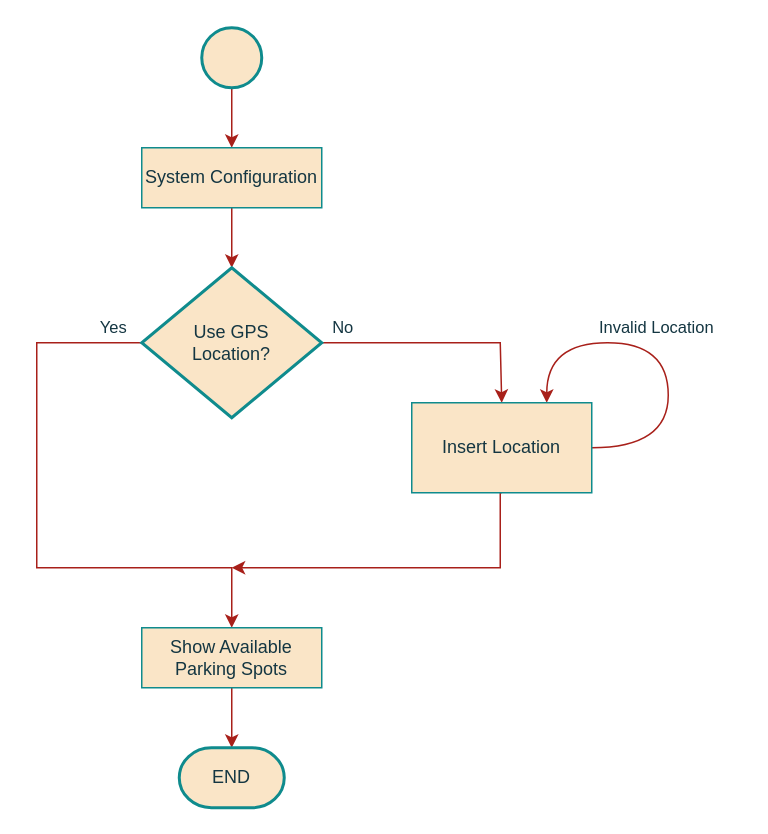
This is page "WebSite_StateChart" (4 of 6) of project/report/flowcharts/RemoteSystem.drawio from ESRGgroup9/slipad, a draw.io file, before an edit. Source tidied: cells renumbered, new cells numbered last; positions are measured from the earlier drawing's top-left corner, leaving out a move shared by most shapes. Both pictures are drawn from the tidied source at 150%, with x=0, y=0 at pixel (36, 27).
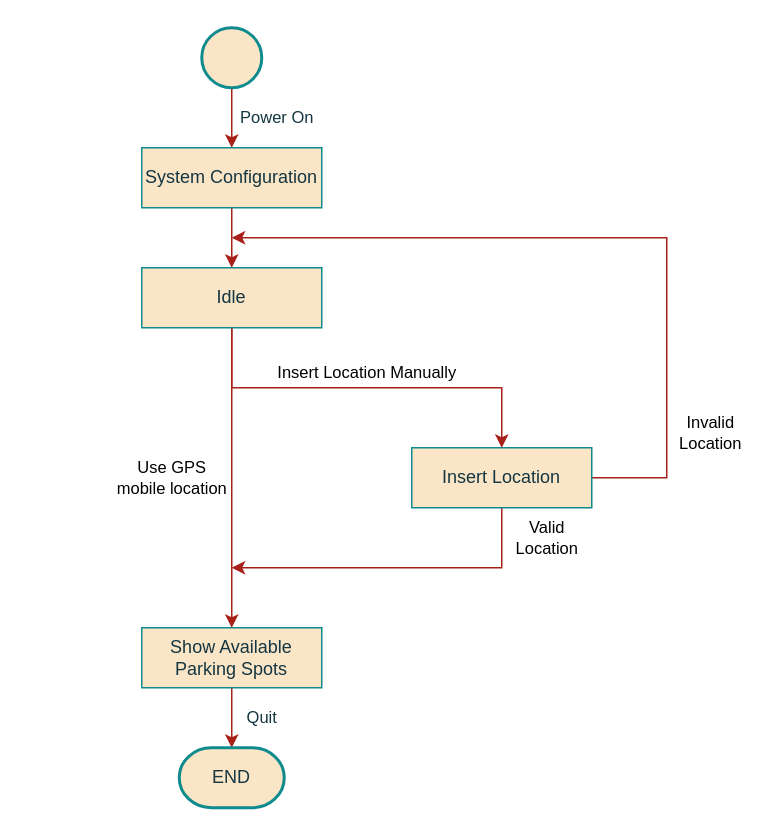
Above is the later version.

Commit message:
Update RemoteSystem.drawio - Web Site State Chart

Unchanged cells that the change refers to:
```xml
<mxCell id="3" style="strokeWidth=2;html=1;shape=mxgraph.flowchart.start_2;whiteSpace=wrap;align=center;verticalAlign=top;fillColor=#FAE5C7;strokeColor=#0F8B8D;fontColor=#143642;" parent="1" vertex="1">
  <mxGeometry x="110" width="40" height="40" as="geometry" />
</mxCell>
<mxCell id="11" value="END" style="strokeWidth=2;html=1;shape=mxgraph.flowchart.terminator;whiteSpace=wrap;fillColor=#FAE5C7;align=center;verticalAlign=middle;strokeColor=#0F8B8D;fontColor=#143642;" parent="1" vertex="1">
  <mxGeometry x="95" y="480" width="70" height="40" as="geometry" />
</mxCell>
<mxCell id="12" value="System Configuration" style="rounded=0;whiteSpace=wrap;html=1;sketch=0;fontColor=#143642;strokeColor=#0F8B8D;fillColor=#FAE5C7;" parent="1" vertex="1">
  <mxGeometry x="70" y="80" width="120" height="40" as="geometry" />
</mxCell>
<mxCell id="14" value="&lt;div&gt;Show Available &lt;br&gt;&lt;/div&gt;&lt;div&gt;Parking Spots&lt;/div&gt;" style="rounded=0;whiteSpace=wrap;html=1;sketch=0;fontColor=#143642;strokeColor=#0F8B8D;fillColor=#FAE5C7;" parent="1" vertex="1">
  <mxGeometry x="70" y="400" width="120" height="40" as="geometry" />
</mxCell>
```

Change to the diagram source:
```diff
@@
-    <mxCell id="2" style="edgeStyle=orthogonalEdgeStyle;rounded=0;jettySize=auto;html=1;entryX=0.5;entryY=0;entryDx=0;entryDy=0;strokeWidth=1;labelBackgroundColor=#DAD2D8;strokeColor=#A8201A;fontColor=#143642;" parent="1" edge="1" source="3" target="12">
-      <mxGeometry relative="1" as="geometry" />
+    <mxCell id="2" value="Power On" style="edgeStyle=orthogonalEdgeStyle;rounded=0;jettySize=auto;html=1;entryX=0.5;entryY=0;entryDx=0;entryDy=0;strokeWidth=1;labelBackgroundColor=none;strokeColor=#A8201A;fontColor=#143642;" parent="1" edge="1" source="3" target="12">
+      <mxGeometry y="30" relative="1" as="geometry" />
     </mxCell>
@@
-    <mxCell id="4" style="edgeStyle=orthogonalEdgeStyle;rounded=0;jettySize=auto;html=1;entryX=0.5;entryY=0;entryDx=0;entryDy=0;entryPerimeter=0;strokeWidth=1;verticalAlign=middle;labelBackgroundColor=#DAD2D8;strokeColor=#A8201A;fontColor=#143642;exitX=0.5;exitY=1;exitDx=0;exitDy=0;" parent="1" edge="1" source="12" target="7">
-      <mxGeometry relative="1" as="geometry" />
-    </mxCell>
-    <mxCell id="5" value="Yes" style="edgeStyle=orthogonalEdgeStyle;rounded=0;jettySize=auto;html=1;strokeWidth=1;verticalAlign=middle;labelBackgroundColor=none;strokeColor=#A8201A;fontColor=#143642;entryX=0.5;entryY=0;entryDx=0;entryDy=0;" parent="1" edge="1" source="7" target="14">
-      <mxGeometry x="-0.9" y="-10" relative="1" as="geometry">
-        <Array as="points">
-          <mxPoint y="210" />
-          <mxPoint y="360" />
-          <mxPoint x="130" y="360" />
-        </Array>
-      </mxGeometry>
-    </mxCell>
-    <mxCell id="6" value="No" style="edgeStyle=orthogonalEdgeStyle;rounded=0;jettySize=auto;html=1;strokeWidth=1;verticalAlign=middle;entryX=0.5;entryY=0;entryDx=0;entryDy=0;exitX=1;exitY=0.5;exitDx=0;exitDy=0;exitPerimeter=0;labelBackgroundColor=none;strokeColor=#A8201A;fontColor=#143642;" parent="1" edge="1" source="7" target="13">
-      <mxGeometry x="-0.83" y="10" relative="1" as="geometry">
-        <Array as="points">
-          <mxPoint x="309" y="210" />
-        </Array>
-      </mxGeometry>
-    </mxCell>
-    <mxCell id="7" value="&lt;div&gt;Use GPS &lt;br&gt;&lt;/div&gt;&lt;div&gt;Location?&lt;/div&gt;" style="strokeWidth=2;html=1;shape=mxgraph.flowchart.decision;whiteSpace=wrap;fillColor=#FAE5C7;align=center;verticalAlign=middle;strokeColor=#0F8B8D;fontColor=#143642;" parent="1" vertex="1">
-      <mxGeometry x="70" y="160" width="120" height="100" as="geometry" />
-    </mxCell>
-    <mxCell id="8" style="edgeStyle=orthogonalEdgeStyle;rounded=0;jettySize=auto;html=1;strokeWidth=1;verticalAlign=middle;labelBackgroundColor=#DAD2D8;strokeColor=#A8201A;fontColor=#143642;exitX=0.5;exitY=1;exitDx=0;exitDy=0;" parent="1" edge="1" source="13">
-      <mxGeometry relative="1" as="geometry">
-        <mxPoint x="130" y="360" as="targetPoint" />
-        <Array as="points">
-          <mxPoint x="309" y="310" />
-          <mxPoint x="309" y="360" />
-        </Array>
-      </mxGeometry>
-    </mxCell>
-    <mxCell id="9" value="Invalid Location" style="edgeStyle=orthogonalEdgeStyle;rounded=0;orthogonalLoop=1;jettySize=auto;exitX=1;exitY=0.5;exitDx=0;exitDy=0;strokeWidth=1;curved=1;entryX=0.75;entryY=0;entryDx=0;entryDy=0;html=1;labelBackgroundColor=none;strokeColor=#A8201A;fontColor=#143642;" parent="1" edge="1" source="13" target="13">
-      <mxGeometry x="0.07" y="-10" relative="1" as="geometry">
+    <mxCell id="9" value="&lt;div&gt;Invalid &lt;br&gt;&lt;/div&gt;&lt;div&gt;Location&lt;/div&gt;" style="edgeStyle=orthogonalEdgeStyle;rounded=0;jettySize=auto;exitX=1;exitY=0.5;exitDx=0;exitDy=0;strokeWidth=1;html=1;labelBackgroundColor=none;strokeColor=#A8201A;fontColor=#000000;" parent="1" edge="1" source="13">
+      <mxGeometry x="-0.68" y="-29" relative="1" as="geometry">
+        <mxPoint x="130" y="140" as="targetPoint" />
         <Array as="points">
-          <mxPoint x="421" y="280" />
-          <mxPoint x="421" y="210" />
-          <mxPoint x="340" y="210" />
+          <mxPoint x="420" y="300" />
+          <mxPoint x="420" y="140" />
         </Array>
       </mxGeometry>
     </mxCell>
-    <mxCell id="10" style="edgeStyle=orthogonalEdgeStyle;rounded=0;jettySize=auto;html=1;entryX=0.5;entryY=0;entryDx=0;entryDy=0;entryPerimeter=0;strokeWidth=1;verticalAlign=middle;labelBackgroundColor=#DAD2D8;strokeColor=#A8201A;fontColor=#143642;exitX=0.5;exitY=1;exitDx=0;exitDy=0;" parent="1" edge="1" source="14" target="11">
-      <mxGeometry relative="1" as="geometry" />
+    <mxCell id="10" value="&lt;div&gt;Quit&lt;/div&gt;" style="edgeStyle=orthogonalEdgeStyle;rounded=0;jettySize=auto;html=1;entryX=0.5;entryY=0;entryDx=0;entryDy=0;entryPerimeter=0;strokeWidth=1;verticalAlign=middle;labelBackgroundColor=none;strokeColor=#A8201A;fontColor=#143642;exitX=0.5;exitY=1;exitDx=0;exitDy=0;" parent="1" edge="1" source="14" target="11">
+      <mxGeometry y="20" relative="1" as="geometry" />
     </mxCell>
@@
+    <mxCell id="15" style="edgeStyle=orthogonalEdgeStyle;rounded=0;jettySize=auto;html=1;exitX=0.5;exitY=1;exitDx=0;exitDy=0;entryX=0.5;entryY=0;entryDx=0;entryDy=0;strokeColor=#A8201A;" parent="1" edge="1" source="12" target="19">
+      <mxGeometry relative="1" as="geometry" />
+    </mxCell>
@@
+    <mxCell id="16" value="&lt;div&gt;Valid &lt;br&gt;&lt;/div&gt;&lt;div&gt;Location&lt;/div&gt;" style="edgeStyle=orthogonalEdgeStyle;rounded=0;jettySize=auto;html=1;strokeColor=#A8201A;labelBackgroundColor=none;" parent="1" edge="1" source="13">
+      <mxGeometry x="-0.82" y="30" relative="1" as="geometry">
+        <mxPoint x="130" y="360" as="targetPoint" />
+        <Array as="points">
+          <mxPoint x="310" y="360" />
+          <mxPoint x="130" y="360" />
+        </Array>
+      </mxGeometry>
+    </mxCell>
     <mxCell id="13" value="Insert Location" style="rounded=0;whiteSpace=wrap;html=1;sketch=0;fontColor=#143642;strokeColor=#0F8B8D;fillColor=#FAE5C7;" parent="1" vertex="1">
-      <mxGeometry x="250" y="250" width="120" height="60" as="geometry" />
+      <mxGeometry x="250" y="280" width="120" height="40" as="geometry" />
     </mxCell>
@@
+    <mxCell id="17" value="&lt;div&gt;Use GPS &lt;br&gt;&lt;/div&gt;&lt;div&gt;mobile location&lt;/div&gt;" style="edgeStyle=orthogonalEdgeStyle;rounded=0;jettySize=auto;html=1;entryX=0.5;entryY=0;entryDx=0;entryDy=0;strokeColor=#A8201A;" parent="1" edge="1" source="19" target="14">
+      <mxGeometry y="-40" relative="1" as="geometry" />
+    </mxCell>
+    <mxCell id="18" value="&lt;div&gt;Insert Location Manually&lt;/div&gt;" style="edgeStyle=orthogonalEdgeStyle;rounded=0;jettySize=auto;html=1;entryX=0.5;entryY=0;entryDx=0;entryDy=0;strokeColor=#A8201A;" parent="1" edge="1" source="19" target="13">
+      <mxGeometry y="10" relative="1" as="geometry">
+        <Array as="points">
+          <mxPoint x="130" y="240" />
+          <mxPoint x="310" y="240" />
+        </Array>
+      </mxGeometry>
+    </mxCell>
+    <mxCell id="19" value="Idle" style="rounded=0;whiteSpace=wrap;html=1;sketch=0;fontColor=#143642;strokeColor=#0F8B8D;fillColor=#FAE5C7;" parent="1" vertex="1">
+      <mxGeometry x="70" y="160" width="120" height="40" as="geometry" />
+    </mxCell>
```
